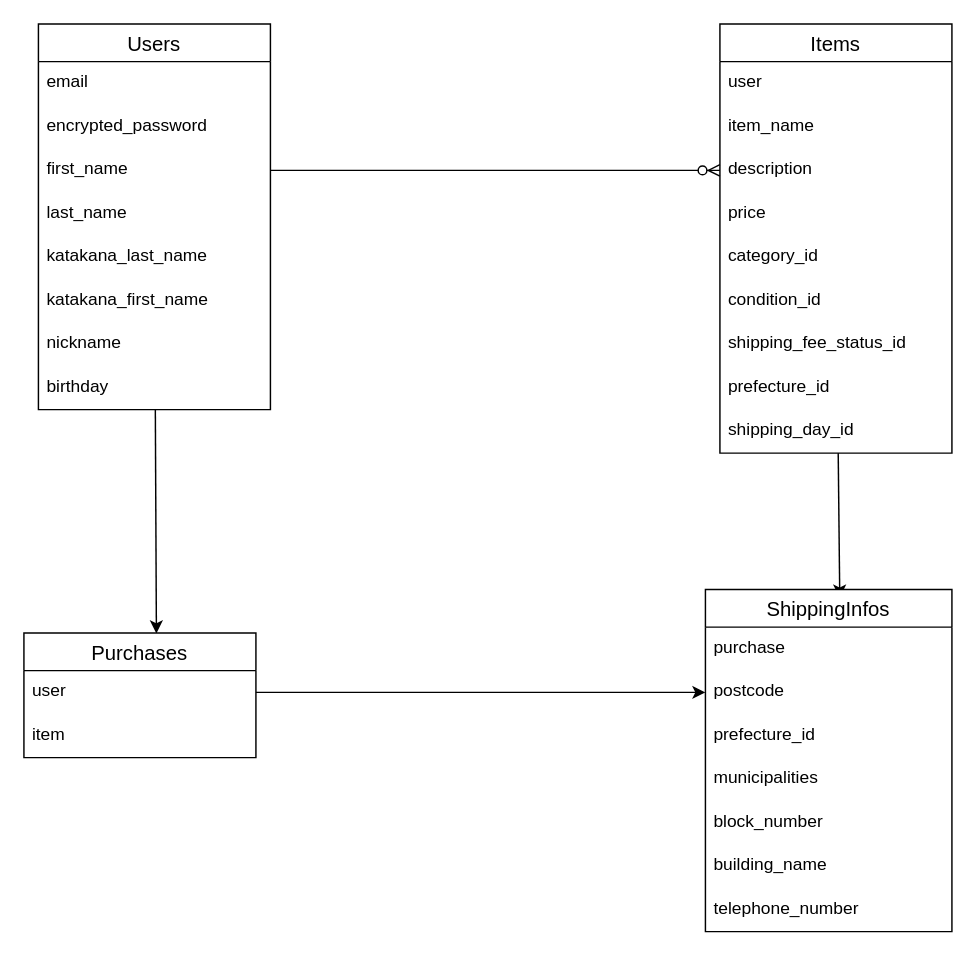
Earlier version of the draw.io diagram page "ページ2" (2 of 2) of ER図.dio (RAMENKIRA/furima-41267). Source tidied: cells renumbered, new cells numbered last; positions are measured from the earlier drawing's top-left corner, leaving out a move shared by most shapes. Both pictures are drawn from the tidied source at 145%, with x=0, y=0 at pixel (23, 23).
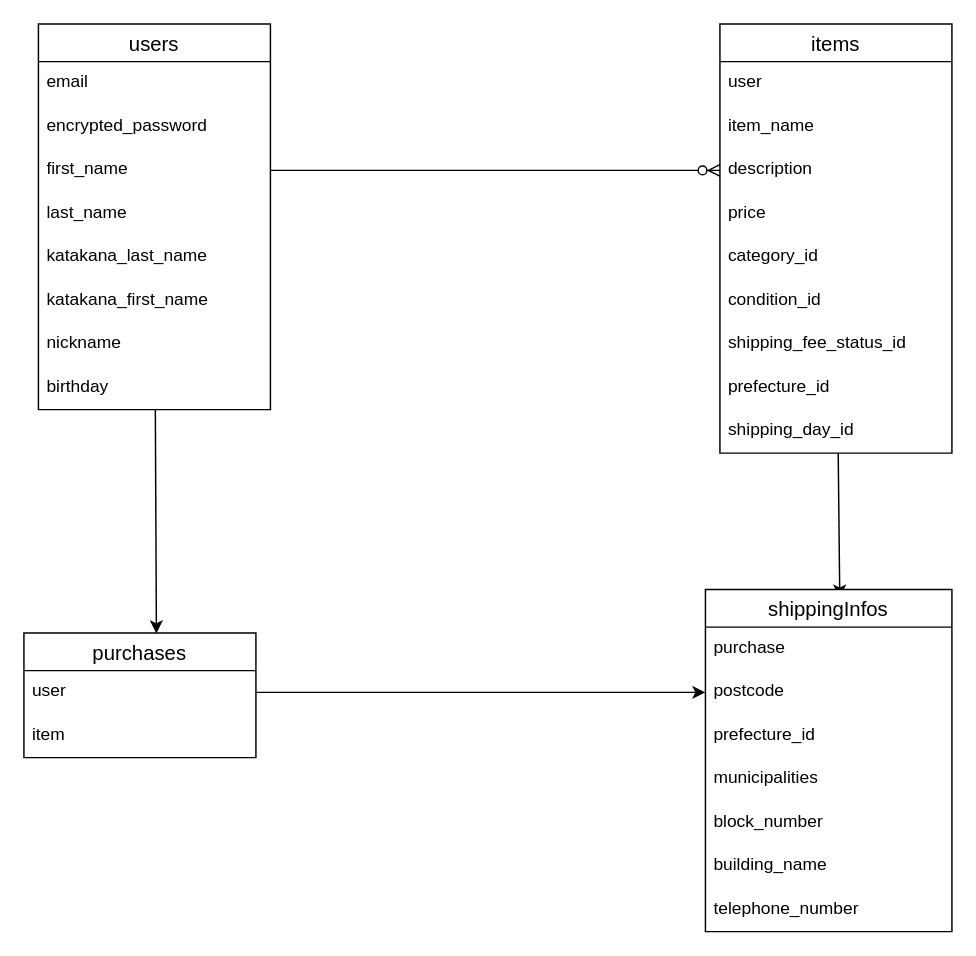
After the change.

The edit, as a diff of the source:
```diff
@@
-    <mxCell id="3" value="Users" style="swimlane;fontStyle=0;horizontal=1;startSize=26;align=center;fontSize=14;" parent="1" vertex="1">
+    <mxCell id="3" value="users" style="swimlane;fontStyle=0;horizontal=1;startSize=26;align=center;fontSize=14;" parent="1" vertex="1">
       <mxGeometry x="10" width="160" height="266" as="geometry" />
     </mxCell>
@@
-    <mxCell id="13" value="Items" style="swimlane;fontStyle=0;horizontal=1;startSize=26;align=center;fontSize=14;" parent="1" vertex="1">
+    <mxCell id="13" value="items" style="swimlane;fontStyle=0;horizontal=1;startSize=26;align=center;fontSize=14;" parent="1" vertex="1">
       <mxGeometry x="480" width="160" height="296" as="geometry" />
     </mxCell>
@@
-    <mxCell id="23" value="Purchases" style="swimlane;fontStyle=0;horizontal=1;startSize=26;align=center;fontSize=14;" parent="1" vertex="1">
+    <mxCell id="23" value="purchases" style="swimlane;fontStyle=0;horizontal=1;startSize=26;align=center;fontSize=14;" parent="1" vertex="1">
       <mxGeometry y="420" width="160" height="86" as="geometry" />
     </mxCell>
@@
-    <mxCell id="26" value="ShippingInfos" style="swimlane;fontStyle=0;horizontal=1;startSize=26;align=center;fontSize=14;" parent="1" vertex="1">
+    <mxCell id="26" value="shippingInfos" style="swimlane;fontStyle=0;horizontal=1;startSize=26;align=center;fontSize=14;" parent="1" vertex="1">
       <mxGeometry x="470" y="390" width="170" height="236" as="geometry" />
     </mxCell>
```
